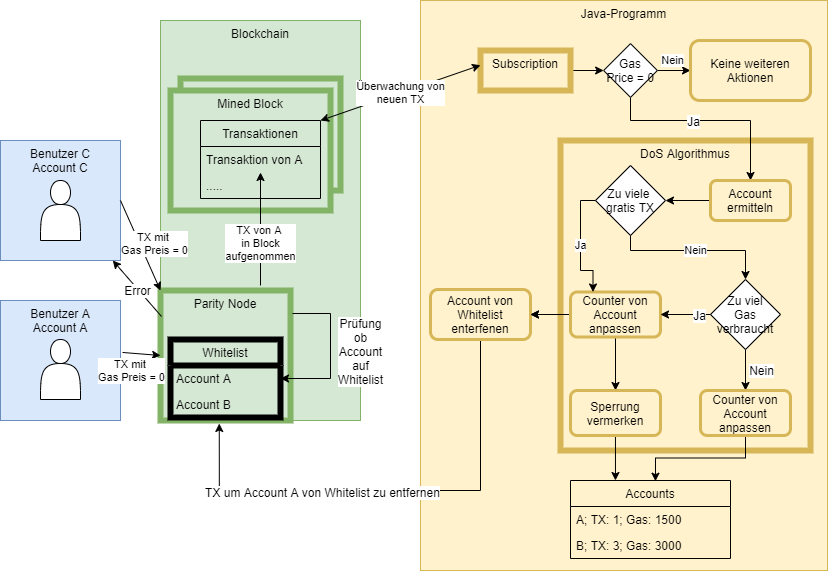
Earlier version of the draw.io export Report/images/process_whitelist.png (Geryones/BlockChain_TransactionManager). Source tidied: cells renumbered, new cells last; positions are measured from the earlier drawing's top-left corner, leaving out a move shared by most shapes.
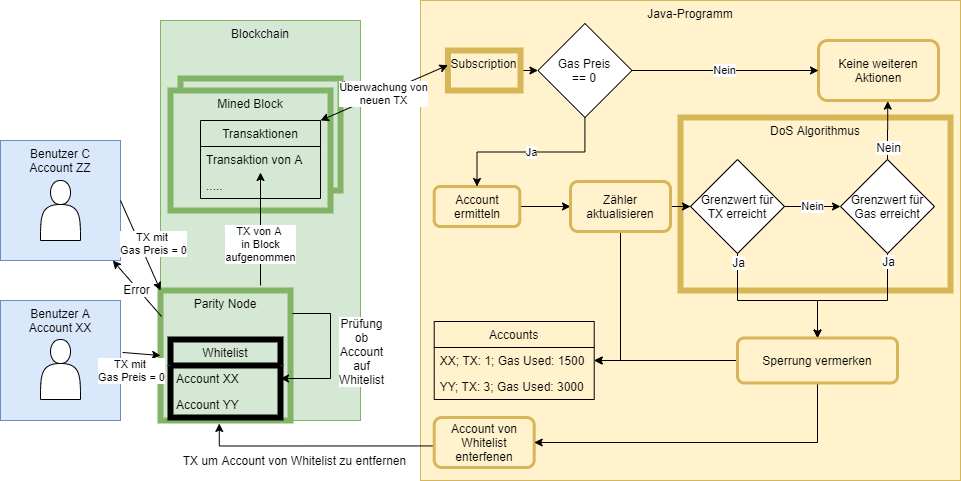
The same diagram one commit later.

The edit, as a diff of the source:
```diff
@@ -8,11 +8,11 @@
     <mxCell id="3" style="rounded=0;whiteSpace=wrap;html=1;strokeWidth=6;labelPosition=center;verticalLabelPosition=middle;align=center;verticalAlign=top;fillColor=#d5e8d4;strokeColor=#82b366;" parent="1" vertex="1">
       <mxGeometry x="180" y="78" width="160" height="112" as="geometry" />
     </mxCell>
-    <mxCell id="4" value="Benutzer A&lt;br&gt;Account A" style="rounded=0;whiteSpace=wrap;html=1;fillColor=#dae8fc;strokeColor=#6c8ebf;verticalAlign=top;" parent="1" vertex="1">
+    <mxCell id="4" value="Benutzer A&lt;br&gt;Account XX" style="rounded=0;whiteSpace=wrap;html=1;fillColor=#dae8fc;strokeColor=#6c8ebf;verticalAlign=top;" parent="1" vertex="1">
       <mxGeometry y="300" width="120" height="120" as="geometry" />
     </mxCell>
     <mxCell id="5" value="Java-Programm" style="rounded=0;whiteSpace=wrap;html=1;fillColor=#fff2cc;strokeColor=#d6b656;verticalAlign=top;" parent="1" vertex="1">
-      <mxGeometry x="420" width="407" height="570" as="geometry" />
+      <mxGeometry x="420" width="540" height="480" as="geometry" />
     </mxCell>
     <mxCell id="6" style="shape=actor;whiteSpace=wrap;html=1;" parent="1" vertex="1">
       <mxGeometry x="40" y="339" width="40" height="60" as="geometry" />
@@ -23,13 +23,13 @@
     <mxCell id="8" value="Whitelist" style="swimlane;fontStyle=0;horizontal=1;startSize=26;fillColor=none;strokeWidth=6;" parent="1" vertex="1">
       <mxGeometry x="170" y="339" width="110" height="78" as="geometry" />
     </mxCell>
-    <mxCell id="9" value="Account A" style="text;strokeColor=none;fillColor=none;align=left;verticalAlign=top;spacingLeft=4;spacingRight=4;overflow=hidden;points=[[0,0.5],[1,0.5]];portConstraint=eastwest;" parent="8" vertex="1">
+    <mxCell id="9" value="Account XX" style="text;strokeColor=none;fillColor=none;align=left;verticalAlign=top;spacingLeft=4;spacingRight=4;overflow=hidden;points=[[0,0.5],[1,0.5]];portConstraint=eastwest;" parent="8" vertex="1">
       <mxGeometry y="26" width="110" height="26" as="geometry" />
     </mxCell>
-    <mxCell id="10" value="Account B" style="text;strokeColor=none;fillColor=none;align=left;verticalAlign=top;spacingLeft=4;spacingRight=4;overflow=hidden;" parent="8" vertex="1">
+    <mxCell id="10" value="Account YY" style="text;strokeColor=none;fillColor=none;align=left;verticalAlign=top;spacingLeft=4;spacingRight=4;overflow=hidden;" parent="8" vertex="1">
       <mxGeometry y="52" width="110" height="26" as="geometry" />
     </mxCell>
-    <mxCell id="11" value="Benutzer C&lt;br&gt;Account C" style="rounded=0;whiteSpace=wrap;html=1;fillColor=#dae8fc;strokeColor=#6c8ebf;verticalAlign=top;" parent="1" vertex="1">
+    <mxCell id="11" value="Benutzer C&lt;br&gt;Account ZZ" style="rounded=0;whiteSpace=wrap;html=1;fillColor=#dae8fc;strokeColor=#6c8ebf;verticalAlign=top;" parent="1" vertex="1">
       <mxGeometry y="140" width="120" height="120" as="geometry" />
     </mxCell>
     <mxCell id="12" style="shape=actor;whiteSpace=wrap;html=1;" parent="1" vertex="1">
@@ -79,129 +79,124 @@
         <mxPoint x="260" y="285" as="sourcePoint" />
       </mxGeometry>
     </mxCell>
-    <mxCell id="24" style="edgeStyle=orthogonalEdgeStyle;rounded=0;jettySize=auto;html=1;exitX=1;exitY=0.5;exitDx=0;exitDy=0;entryX=0;entryY=0.5;entryDx=0;entryDy=0;strokeColor=#000000;" parent="1" edge="1" source="25" target="34">
+    <mxCell id="24" style="edgeStyle=orthogonalEdgeStyle;rounded=0;jettySize=auto;html=1;exitX=1;exitY=0.5;exitDx=0;exitDy=0;entryX=0;entryY=0.5;entryDx=0;entryDy=0;strokeColor=#000000;" parent="1" edge="1" source="25" target="68">
       <mxGeometry relative="1" as="geometry" />
     </mxCell>
     <mxCell id="25" value="Subscription" style="rounded=0;whiteSpace=wrap;html=1;strokeWidth=6;fillColor=#fff2cc;strokeColor=#d6b656;verticalAlign=top;" parent="1" vertex="1">
-      <mxGeometry x="480" y="50" width="90" height="40" as="geometry" />
+      <mxGeometry x="447.4" y="50" width="72.6" height="40" as="geometry" />
     </mxCell>
     <mxCell id="26" value="Überwachung von&lt;br&gt;neuen TX" style="endArrow=classic;startArrow=classic;html=1;strokeColor=#000000;entryX=0;entryY=0.367;entryDx=0;entryDy=0;entryPerimeter=0;exitX=1;exitY=0;exitDx=0;exitDy=0;" parent="1" edge="1" source="14" target="25">
       <mxGeometry relative="1" as="geometry" />
     </mxCell>
     <mxCell id="27" value="Accounts" style="swimlane;fontStyle=0;horizontal=1;startSize=26;fillColor=none;strokeWidth=1;" parent="1" vertex="1">
-      <mxGeometry x="570" y="480" width="160" height="78" as="geometry" />
+      <mxGeometry x="433.7" y="321" width="160" height="78" as="geometry" />
     </mxCell>
-    <mxCell id="28" value="A; TX: 1; Gas: 1500" style="text;strokeColor=none;fillColor=none;align=left;verticalAlign=top;spacingLeft=4;spacingRight=4;overflow=hidden;points=[[0,0.5],[1,0.5]];portConstraint=eastwest;" parent="27" vertex="1">
+    <mxCell id="28" value="XX; TX: 1; Gas Used: 1500" style="text;strokeColor=none;fillColor=none;align=left;verticalAlign=top;spacingLeft=4;spacingRight=4;overflow=hidden;points=[[0,0.5],[1,0.5]];portConstraint=eastwest;" parent="27" vertex="1">
       <mxGeometry y="26" width="160" height="26" as="geometry" />
     </mxCell>
-    <mxCell id="29" value="B; TX: 3; Gas: 3000" style="text;strokeColor=none;fillColor=none;align=left;verticalAlign=top;spacingLeft=4;spacingRight=4;overflow=hidden;" parent="27" vertex="1">
+    <mxCell id="29" value="YY; TX: 3; Gas Used: 3000" style="text;strokeColor=none;fillColor=none;align=left;verticalAlign=top;spacingLeft=4;spacingRight=4;overflow=hidden;" parent="27" vertex="1">
       <mxGeometry y="52" width="160" height="26" as="geometry" />
     </mxCell>
     <mxCell id="30" value="DoS Algorithmus" style="rounded=0;whiteSpace=wrap;html=1;strokeWidth=6;fillColor=#fff2cc;strokeColor=#d6b656;verticalAlign=top;" parent="1" vertex="1">
-      <mxGeometry x="560" y="140" width="250" height="310" as="geometry" />
+      <mxGeometry x="680" y="117" width="270" height="173" as="geometry" />
     </mxCell>
-    <mxCell id="31" value="Nein" style="edgeStyle=orthogonalEdgeStyle;rounded=0;jettySize=auto;html=1;exitX=1;exitY=0.5;exitDx=0;exitDy=0;strokeColor=#000000;" parent="1" edge="1" source="34" target="35">
-      <mxGeometry x="0.09" y="-10" relative="1" as="geometry" />
-    </mxCell>
-    <mxCell id="32" style="edgeStyle=orthogonalEdgeStyle;rounded=0;jettySize=auto;html=1;strokeColor=#000000;" parent="1" edge="1" source="34" target="48">
-      <mxGeometry relative="1" as="geometry">
-        <Array as="points">
-          <mxPoint x="630" y="120" />
-          <mxPoint x="750" y="120" />
-        </Array>
-      </mxGeometry>
-    </mxCell>
-    <mxCell id="33" value="Ja" style="text;html=1;align=center;verticalAlign=middle;labelBackgroundColor=#ffffff;" parent="32" vertex="1">
-      <mxGeometry x="-0.17" relative="1" as="geometry" />
-    </mxCell>
-    <mxCell id="34" value="Gas Price = 0" style="rhombus;whiteSpace=wrap;html=1;strokeWidth=1;verticalAlign=middle;labelPosition=center;verticalLabelPosition=middle;align=center;" parent="1" vertex="1">
-      <mxGeometry x="603.1" y="43.1" width="53.8" height="53.8" as="geometry" />
-    </mxCell>
     <mxCell id="35" value="Keine weiteren&lt;br&gt;Aktionen" style="rounded=1;whiteSpace=wrap;html=1;strokeWidth=3;fillColor=#fff2cc;strokeColor=#d6b656;" parent="1" vertex="1">
-      <mxGeometry x="690" y="40" width="120" height="60" as="geometry" />
+      <mxGeometry x="818" y="40" width="120" height="60" as="geometry" />
     </mxCell>
-    <mxCell id="36" style="edgeStyle=orthogonalEdgeStyle;rounded=0;jettySize=auto;html=1;strokeColor=#000000;entryX=0.452;entryY=1.023;entryDx=0;entryDy=0;entryPerimeter=0;" parent="1" edge="1" source="38" target="7">
+    <mxCell id="36" style="edgeStyle=orthogonalEdgeStyle;rounded=0;jettySize=auto;html=1;strokeColor=#000000;entryX=0.452;entryY=1.023;entryDx=0;entryDy=0;entryPerimeter=0;exitX=0.014;exitY=0.569;exitDx=0;exitDy=0;exitPerimeter=0;" parent="1" edge="1" source="38" target="7">
       <mxGeometry relative="1" as="geometry">
         <Array as="points">
-          <mxPoint x="480" y="490" />
-          <mxPoint x="219" y="490" />
+          <mxPoint x="219" y="446" />
         </Array>
       </mxGeometry>
     </mxCell>
-    <mxCell id="37" value="TX um Account A von Whitelist zu entfernen" style="text;html=1;align=center;verticalAlign=middle;labelBackgroundColor=#ffffff;" parent="36" vertex="1">
-      <mxGeometry x="0.29" y="1" relative="1" as="geometry" />
+    <mxCell id="37" value="TX um Account von Whitelist zu entfernen" style="text;html=1;align=center;verticalAlign=middle;labelBackgroundColor=#ffffff;" parent="36" vertex="1">
+      <mxGeometry x="0.29" y="1" relative="1" as="geometry">
+        <mxPoint x="12.9" y="13" as="offset" />
+      </mxGeometry>
     </mxCell>
     <mxCell id="38" value="Account von Whitelist enterfenen" style="rounded=1;whiteSpace=wrap;html=1;strokeWidth=3;fillColor=#fff2cc;strokeColor=#d6b656;" parent="1" vertex="1">
-      <mxGeometry x="430" y="289" width="100" height="50" as="geometry" />
+      <mxGeometry x="433.7" y="417" width="100" height="50" as="geometry" />
     </mxCell>
-    <mxCell id="39" value="Nein" style="edgeStyle=orthogonalEdgeStyle;rounded=0;jettySize=auto;html=1;strokeColor=#000000;" parent="1" edge="1" source="40" target="44">
-      <mxGeometry relative="1" as="geometry">
-        <Array as="points">
-          <mxPoint x="630" y="250" />
-          <mxPoint x="745" y="250" />
-        </Array>
-      </mxGeometry>
-    </mxCell>
-    <mxCell id="40" value="Zu viele&amp;nbsp;&lt;br&gt;gratis TX" style="rhombus;whiteSpace=wrap;html=1;strokeWidth=1;" parent="1" vertex="1">
-      <mxGeometry x="595" y="165" width="70" height="70" as="geometry" />
-    </mxCell>
-    <mxCell id="41" style="edgeStyle=orthogonalEdgeStyle;rounded=0;jettySize=auto;html=1;entryX=0.5;entryY=0;entryDx=0;entryDy=0;strokeColor=#000000;" parent="1" edge="1" source="44" target="46">
-      <mxGeometry relative="1" as="geometry" />
-    </mxCell>
+    <mxCell id="52" style="edgeStyle=orthogonalEdgeStyle;rounded=0;jettySize=auto;html=1;entryX=0.5;entryY=0;entryDx=0;entryDy=0;" parent="1" edge="1" source="44" target="51">
+      <mxGeometry relative="1" as="geometry">
+        <Array as="points">
+          <mxPoint x="887" y="300" />
+          <mxPoint x="817" y="300" />
+        </Array>
+      </mxGeometry>
+    </mxCell>
+    <mxCell id="57" value="Ja" style="text;html=1;align=center;verticalAlign=middle;labelBackgroundColor=#ffffff;" parent="52" vertex="1">
+      <mxGeometry x="-0.85" y="2" relative="1" as="geometry">
+        <mxPoint x="-2" y="-3.9" as="offset" />
+      </mxGeometry>
+    </mxCell>
+    <mxCell id="58" style="edgeStyle=orthogonalEdgeStyle;rounded=0;jettySize=auto;html=1;entryX=0.577;entryY=1.01;entryDx=0;entryDy=0;entryPerimeter=0;" parent="1" edge="1" source="44" target="35">
+      <mxGeometry relative="1" as="geometry" />
+    </mxCell>
-    <mxCell id="42" value="Nein" style="text;html=1;align=center;verticalAlign=middle;labelBackgroundColor=#ffffff;" parent="41" vertex="1">
-      <mxGeometry x="0.3" y="2" relative="1" as="geometry">
-        <mxPoint x="13" y="-7" as="offset" />
+    <mxCell id="42" value="Nein" style="text;html=1;align=center;verticalAlign=middle;labelBackgroundColor=#ffffff;" parent="58" vertex="1">
+      <mxGeometry x="-0.5" relative="1" as="geometry">
+        <mxPoint y="2.4" as="offset" />
       </mxGeometry>
     </mxCell>
-    <mxCell id="43" style="edgeStyle=orthogonalEdgeStyle;rounded=0;jettySize=auto;html=1;entryX=1;entryY=0.5;entryDx=0;entryDy=0;strokeColor=#000000;" parent="1" edge="1" source="51" target="38">
-      <mxGeometry relative="1" as="geometry" />
-    </mxCell>
-    <mxCell id="44" value="Zu viel&lt;br&gt;Gas&lt;br&gt;verbraucht" style="rhombus;whiteSpace=wrap;html=1;strokeWidth=1;" parent="1" vertex="1">
-      <mxGeometry x="710" y="279" width="70" height="70" as="geometry" />
+    <mxCell id="44" value="Grenzwert für&lt;br&gt;Gas erreicht" style="rhombus;whiteSpace=wrap;html=1;strokeWidth=1;" parent="1" vertex="1">
+      <mxGeometry x="840" y="159" width="94" height="94" as="geometry" />
     </mxCell>
-    <mxCell id="45" style="edgeStyle=orthogonalEdgeStyle;rounded=0;jettySize=auto;html=1;entryX=0.531;entryY=0.009;entryDx=0;entryDy=0;entryPerimeter=0;strokeColor=#000000;" parent="1" edge="1" source="46" target="27">
-      <mxGeometry relative="1" as="geometry" />
-    </mxCell>
-    <mxCell id="46" value="Counter von Account&lt;br&gt;anpassen" style="rounded=1;whiteSpace=wrap;html=1;strokeWidth=3;fillColor=#fff2cc;strokeColor=#d6b656;" parent="1" vertex="1">
-      <mxGeometry x="700" y="390" width="90" height="45" as="geometry" />
-    </mxCell>
-    <mxCell id="47" style="edgeStyle=orthogonalEdgeStyle;rounded=0;jettySize=auto;html=1;strokeColor=#000000;" parent="1" edge="1" source="48" target="40">
-      <mxGeometry relative="1" as="geometry" />
-    </mxCell>
+    <mxCell id="59" style="edgeStyle=orthogonalEdgeStyle;rounded=0;jettySize=auto;html=1;entryX=0;entryY=0.5;entryDx=0;entryDy=0;" parent="1" edge="1" source="48" target="71">
+      <mxGeometry relative="1" as="geometry" />
+    </mxCell>
     <mxCell id="48" value="Account ermitteln" style="rounded=1;whiteSpace=wrap;html=1;strokeWidth=3;fillColor=#fff2cc;strokeColor=#d6b656;" parent="1" vertex="1">
-      <mxGeometry x="710" y="180" width="80" height="40" as="geometry" />
+      <mxGeometry x="433.7" y="186" width="85.6" height="40" as="geometry" />
     </mxCell>
-    <mxCell id="49" style="edgeStyle=orthogonalEdgeStyle;rounded=0;jettySize=auto;html=1;strokeColor=#000000;" parent="1" edge="1" source="51" target="38">
-      <mxGeometry relative="1" as="geometry" />
-    </mxCell>
-    <mxCell id="50" style="edgeStyle=orthogonalEdgeStyle;rounded=0;jettySize=auto;html=1;strokeColor=#000000;entryX=0.5;entryY=0;entryDx=0;entryDy=0;" parent="1" edge="1" source="51" target="56">
-      <mxGeometry relative="1" as="geometry" />
-    </mxCell>
+    <mxCell id="60" style="edgeStyle=orthogonalEdgeStyle;rounded=0;jettySize=auto;html=1;" parent="1" edge="1" source="51" target="28">
+      <mxGeometry relative="1" as="geometry" />
+    </mxCell>
+    <mxCell id="61" style="edgeStyle=orthogonalEdgeStyle;rounded=0;jettySize=auto;html=1;entryX=1;entryY=0.5;entryDx=0;entryDy=0;" parent="1" edge="1" source="51" target="38">
+      <mxGeometry relative="1" as="geometry">
+        <Array as="points">
+          <mxPoint x="817" y="442" />
+        </Array>
+      </mxGeometry>
+    </mxCell>
-    <mxCell id="51" value="Counter von Account&lt;br&gt;anpassen" style="rounded=1;whiteSpace=wrap;html=1;strokeWidth=3;fillColor=#fff2cc;strokeColor=#d6b656;" parent="1" vertex="1">
-      <mxGeometry x="570" y="291.5" width="90" height="45" as="geometry" />
+    <mxCell id="51" value="Sperrung vermerken" style="rounded=1;whiteSpace=wrap;html=1;strokeWidth=3;fillColor=#fff2cc;strokeColor=#d6b656;" parent="1" vertex="1">
+      <mxGeometry x="737" y="337.5" width="160" height="45" as="geometry" />
     </mxCell>
-    <mxCell id="52" style="edgeStyle=orthogonalEdgeStyle;rounded=0;jettySize=auto;html=1;entryX=1;entryY=0.5;entryDx=0;entryDy=0;strokeColor=#000000;" parent="1" edge="1" source="44" target="51">
-      <mxGeometry relative="1" as="geometry" />
-    </mxCell>
-    <mxCell id="53" value="Ja" style="text;html=1;align=center;verticalAlign=middle;labelBackgroundColor=#ffffff;" parent="52" vertex="1">
-      <mxGeometry x="-0.56" y="8" relative="1" as="geometry">
-        <mxPoint y="-8" as="offset" />
-      </mxGeometry>
-    </mxCell>
-    <mxCell id="54" value="Ja" style="edgeStyle=orthogonalEdgeStyle;rounded=0;jettySize=auto;html=1;entryX=0.25;entryY=0;entryDx=0;entryDy=0;strokeColor=#000000;exitX=0;exitY=0.5;exitDx=0;exitDy=0;" parent="1" edge="1" source="40" target="51">
-      <mxGeometry relative="1" as="geometry">
-        <Array as="points">
-          <mxPoint x="580" y="200" />
-          <mxPoint x="580" y="270" />
-          <mxPoint x="593" y="270" />
-        </Array>
-      </mxGeometry>
-    </mxCell>
-    <mxCell id="55" style="edgeStyle=orthogonalEdgeStyle;rounded=0;jettySize=auto;html=1;entryX=0.281;entryY=0;entryDx=0;entryDy=0;entryPerimeter=0;strokeColor=#000000;" parent="1" edge="1" source="56" target="27">
-      <mxGeometry relative="1" as="geometry" />
-    </mxCell>
-    <mxCell id="56" value="Sperrung vermerken" style="rounded=1;whiteSpace=wrap;html=1;strokeWidth=3;fillColor=#fff2cc;strokeColor=#d6b656;" parent="1" vertex="1">
-      <mxGeometry x="570" y="390" width="90" height="45" as="geometry" />
-    </mxCell>
+    <mxCell id="62" style="edgeStyle=orthogonalEdgeStyle;rounded=0;jettySize=auto;html=1;entryX=0.5;entryY=0;entryDx=0;entryDy=0;" parent="1" edge="1" source="65" target="51">
+      <mxGeometry relative="1" as="geometry">
+        <Array as="points">
+          <mxPoint x="737" y="300" />
+          <mxPoint x="817" y="300" />
+        </Array>
+      </mxGeometry>
+    </mxCell>
+    <mxCell id="63" value="Ja" style="text;html=1;align=center;verticalAlign=middle;labelBackgroundColor=#ffffff;" parent="62" vertex="1">
+      <mxGeometry x="-0.52" y="1" relative="1" as="geometry">
+        <mxPoint x="-1" y="-31.3" as="offset" />
+      </mxGeometry>
+    </mxCell>
+    <mxCell id="64" value="Nein" style="edgeStyle=orthogonalEdgeStyle;rounded=0;jettySize=auto;html=1;" parent="1" edge="1" source="65" target="44">
+      <mxGeometry relative="1" as="geometry" />
+    </mxCell>
+    <mxCell id="65" value="Grenzwert für&lt;br&gt;TX erreicht" style="rhombus;whiteSpace=wrap;html=1;strokeWidth=1;" parent="1" vertex="1">
+      <mxGeometry x="690" y="159" width="94" height="94" as="geometry" />
+    </mxCell>
+    <mxCell id="66" value="Ja" style="edgeStyle=orthogonalEdgeStyle;rounded=0;jettySize=auto;html=1;entryX=0.5;entryY=0;entryDx=0;entryDy=0;exitX=0.5;exitY=1;exitDx=0;exitDy=0;" parent="1" edge="1" source="68" target="48">
+      <mxGeometry relative="1" as="geometry" />
+    </mxCell>
+    <mxCell id="67" value="Nein" style="edgeStyle=orthogonalEdgeStyle;rounded=0;jettySize=auto;html=1;" parent="1" edge="1" source="68" target="35">
+      <mxGeometry relative="1" as="geometry" />
+    </mxCell>
+    <mxCell id="68" value="Gas Preis&lt;br&gt;== 0" style="rhombus;whiteSpace=wrap;html=1;strokeWidth=1;" parent="1" vertex="1">
+      <mxGeometry x="537.4" y="23" width="94" height="94" as="geometry" />
+    </mxCell>
+    <mxCell id="69" style="edgeStyle=orthogonalEdgeStyle;rounded=0;jettySize=auto;html=1;entryX=0;entryY=0.5;entryDx=0;entryDy=0;" parent="1" edge="1" source="71" target="65">
+      <mxGeometry relative="1" as="geometry" />
+    </mxCell>
+    <mxCell id="70" style="edgeStyle=orthogonalEdgeStyle;rounded=0;jettySize=auto;html=1;entryX=1;entryY=0.5;entryDx=0;entryDy=0;" parent="1" edge="1" source="71" target="28">
+      <mxGeometry relative="1" as="geometry" />
+    </mxCell>
+    <mxCell id="71" value="Zähler aktualisieren" style="rounded=1;whiteSpace=wrap;html=1;strokeWidth=3;fillColor=#fff2cc;strokeColor=#d6b656;" parent="1" vertex="1">
+      <mxGeometry x="570" y="181" width="100" height="50" as="geometry" />
+    </mxCell>
   </root>
 </mxGraphModel>
```
